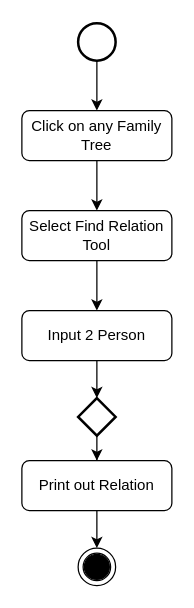
The draw.io diagram Documents/Design Document/activity diagrams/relation_activity_diagram.drawio in ozanyucell/SE302-Team9, before the edit. Source tidied: cells renumbered, new cells numbered last; positions are measured from the earlier drawing's top-left corner, leaving out a move shared by most shapes. Both pictures are drawn from the tidied source at 125%, with x=0, y=0 at pixel (21, 22).
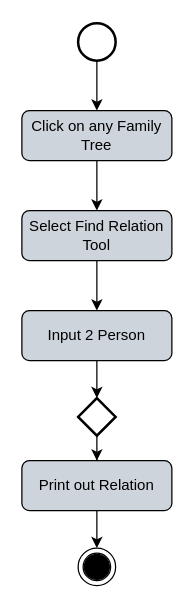
The same page after the edit.

Commit message (it also covers changes not shown here):
coloured activity diagrams

The edit, as a diff of the source:
```diff
@@
 <mxGraphModel>
   <root>
     <mxCell id="0" />
     <mxCell id="1" parent="0" />
     <mxCell id="2" style="ellipse;shape=doubleEllipse;whiteSpace=wrap;html=1;rounded=0;shadow=0;labelBackgroundColor=default;sketch=0;" parent="1" vertex="1">
       <mxGeometry x="45" y="420" width="30" height="30" as="geometry" />
     </mxCell>
     <mxCell id="3" style="edgeStyle=orthogonalEdgeStyle;rounded=0;jettySize=auto;html=1;entryX=0.5;entryY=0;entryDx=0;entryDy=0;" parent="1" edge="1" source="4" target="9">
       <mxGeometry relative="1" as="geometry" />
     </mxCell>
-    <mxCell id="4" value="Click on any Family Tree" style="rounded=1;whiteSpace=wrap;html=1;fontSize=12;glass=0;strokeWidth=1;shadow=0;" parent="1" vertex="1">
+    <mxCell id="4" value="Click on any Family Tree" style="rounded=1;whiteSpace=wrap;html=1;fontSize=12;glass=0;strokeWidth=1;shadow=0;fillColor=#CED4DB;" parent="1" vertex="1">
       <mxGeometry y="70" width="120" height="40" as="geometry" />
     </mxCell>
     <mxCell id="5" style="verticalLabelPosition=bottom;verticalAlign=top;html=1;shape=mxgraph.flowchart.on-page_reference;fillColor=#000000;" parent="1" vertex="1">
       <mxGeometry x="50" y="425" width="20" height="20" as="geometry" />
     </mxCell>
     <mxCell id="6" style="edgeStyle=orthogonalEdgeStyle;rounded=0;jettySize=auto;html=1;entryX=0.5;entryY=0;entryDx=0;entryDy=0;" parent="1" edge="1" source="7" target="4">
       <mxGeometry relative="1" as="geometry" />
     </mxCell>
     <mxCell id="7" style="strokeWidth=2;html=1;shape=mxgraph.flowchart.start_2;whiteSpace=wrap;" parent="1" vertex="1">
       <mxGeometry x="45" width="30" height="30" as="geometry" />
     </mxCell>
     <mxCell id="8" style="edgeStyle=orthogonalEdgeStyle;rounded=0;jettySize=auto;html=1;entryX=0.5;entryY=0;entryDx=0;entryDy=0;" parent="1" edge="1" source="9" target="11">
       <mxGeometry relative="1" as="geometry" />
     </mxCell>
-    <mxCell id="9" value="Select Find Relation Tool" style="rounded=1;whiteSpace=wrap;html=1;fontSize=12;glass=0;strokeWidth=1;shadow=0;" parent="1" vertex="1">
+    <mxCell id="9" value="Select Find Relation Tool" style="rounded=1;whiteSpace=wrap;html=1;fontSize=12;glass=0;strokeWidth=1;shadow=0;fillColor=#CED4DB;" parent="1" vertex="1">
       <mxGeometry y="150" width="120" height="40" as="geometry" />
     </mxCell>
     <mxCell id="10" style="edgeStyle=orthogonalEdgeStyle;rounded=0;jettySize=auto;html=1;entryX=0.5;entryY=0;entryDx=0;entryDy=0;entryPerimeter=0;" parent="1" edge="1" source="11" target="13">
       <mxGeometry relative="1" as="geometry" />
     </mxCell>
-    <mxCell id="11" value="Input 2 Person" style="rounded=1;whiteSpace=wrap;html=1;fontSize=12;glass=0;strokeWidth=1;shadow=0;" parent="1" vertex="1">
+    <mxCell id="11" value="Input 2 Person" style="rounded=1;whiteSpace=wrap;html=1;fontSize=12;glass=0;strokeWidth=1;shadow=0;fillColor=#CED4DB;" parent="1" vertex="1">
       <mxGeometry y="230" width="120" height="40" as="geometry" />
     </mxCell>
     <mxCell id="12" style="edgeStyle=orthogonalEdgeStyle;rounded=0;jettySize=auto;html=1;entryX=0.5;entryY=0;entryDx=0;entryDy=0;" parent="1" edge="1" source="13" target="15">
       <mxGeometry relative="1" as="geometry" />
     </mxCell>
     <mxCell id="13" style="strokeWidth=2;html=1;shape=mxgraph.flowchart.decision;whiteSpace=wrap;" parent="1" vertex="1">
       <mxGeometry x="45" y="300" width="30" height="30" as="geometry" />
     </mxCell>
     <mxCell id="14" style="edgeStyle=orthogonalEdgeStyle;rounded=0;jettySize=auto;html=1;entryX=0.5;entryY=0;entryDx=0;entryDy=0;" parent="1" edge="1" source="15" target="2">
       <mxGeometry relative="1" as="geometry" />
     </mxCell>
-    <mxCell id="15" value="Print out Relation" style="rounded=1;whiteSpace=wrap;html=1;fontSize=12;glass=0;strokeWidth=1;shadow=0;" parent="1" vertex="1">
+    <mxCell id="15" value="Print out Relation" style="rounded=1;whiteSpace=wrap;html=1;fontSize=12;glass=0;strokeWidth=1;shadow=0;fillColor=#CED4DB;" parent="1" vertex="1">
       <mxGeometry y="350" width="120" height="40" as="geometry" />
     </mxCell>
   </root>
 </mxGraphModel>
```
